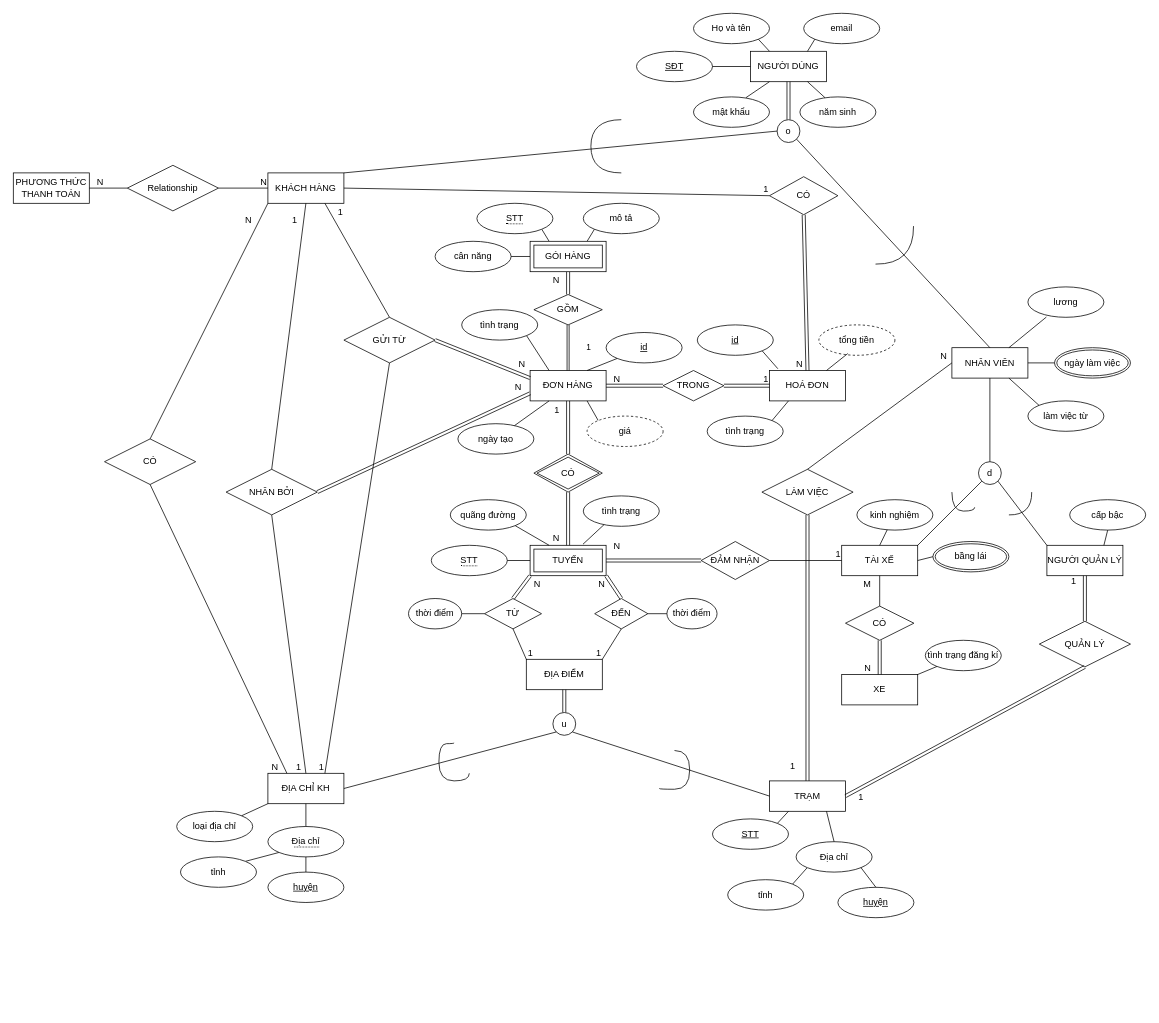
The draw.io diagram db-assignment.drawio in blueonline07/auth-demo, before the edit. Source tidied: cells renumbered, new cells numbered last; positions are measured from the earlier drawing's top-left corner, leaving out a move shared by most shapes. Both pictures are drawn from the tidied source at 76%, with x=0, y=0 at pixel (13, 13).
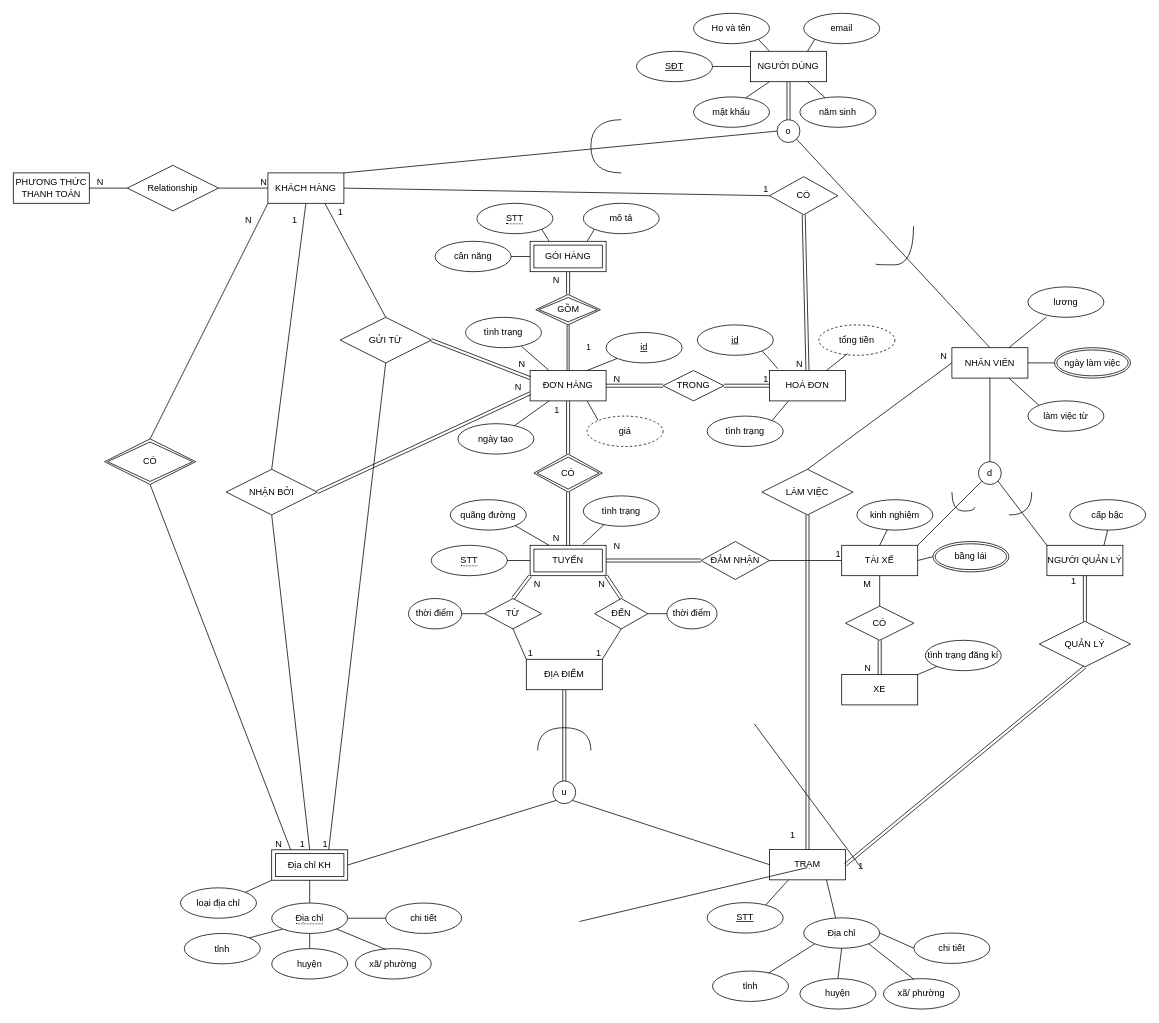
The same diagram, later.

Commit message:
Cập nhật db-assignment.drawio

Unchanged cells that the change refers to:
```xml
<mxCell id="3" value="KHÁCH HÀNG" style="whiteSpace=wrap;html=1;align=center;" parent="1" vertex="1">
  <mxGeometry x="335" y="210" width="100" height="40" as="geometry" />
</mxCell>
<mxCell id="7" value="ĐƠN HÀNG" style="whiteSpace=wrap;html=1;align=center;" parent="1" vertex="1">
  <mxGeometry x="680" y="470" width="100" height="40" as="geometry" />
</mxCell>
```

The edit, as a diff of the source:
```diff
@@
-    <mxCell id="10" value="ĐỊA CHỈ KH" style="whiteSpace=wrap;html=1;align=center;" parent="1" vertex="1">
-      <mxGeometry x="335" y="1000" width="100" height="40" as="geometry" />
-    </mxCell>
     <mxCell id="11" value="TRẠM" style="whiteSpace=wrap;html=1;align=center;" parent="1" vertex="1">
-      <mxGeometry x="995" y="1010" width="100" height="40" as="geometry" />
+      <mxGeometry x="995" y="1100.2" width="100" height="40" as="geometry" />
     </mxCell>
@@
-    <mxCell id="59" value="GỒM" style="shape=rhombus;perimeter=rhombusPerimeter;whiteSpace=wrap;html=1;align=center;" parent="1" vertex="1">
-      <mxGeometry x="685" y="370" width="90" height="40" as="geometry" />
-    </mxCell>
@@
     <mxCell id="72" value="u" style="ellipse;whiteSpace=wrap;html=1;" parent="1" vertex="1">
-      <mxGeometry x="710" y="920" width="30" height="30" as="geometry" />
+      <mxGeometry x="710" y="1010" width="30" height="30" as="geometry" />
     </mxCell>
-    <mxCell id="73" style="endArrow=none;html=1;rounded=0;entryX=0;entryY=1;entryDx=0;entryDy=0;exitX=1;exitY=0.5;exitDx=0;exitDy=0;" parent="1" edge="1" source="10" target="72">
+    <mxCell id="73" style="endArrow=none;html=1;rounded=0;entryX=0;entryY=1;entryDx=0;entryDy=0;exitX=1;exitY=0.5;exitDx=0;exitDy=0;" parent="1" edge="1" source="179" target="72">
       <mxGeometry relative="1" as="geometry" />
     </mxCell>
@@
     <mxCell id="90" value="loại địa chỉ" style="ellipse;whiteSpace=wrap;html=1;align=center;" parent="1" vertex="1">
-      <mxGeometry x="215" y="1050" width="100" height="40" as="geometry" />
+      <mxGeometry x="220" y="1150.7" width="100" height="40" as="geometry" />
     </mxCell>
@@
-    <mxCell id="93" style="endArrow=none;html=1;rounded=0;entryX=0;entryY=1;entryDx=0;entryDy=0;exitX=1;exitY=0;exitDx=0;exitDy=0;" parent="1" edge="1" source="90" target="10">
+    <mxCell id="93" style="endArrow=none;html=1;rounded=0;entryX=0;entryY=1;entryDx=0;entryDy=0;exitX=1;exitY=0;exitDx=0;exitDy=0;" parent="1" edge="1" source="90" target="179">
       <mxGeometry relative="1" as="geometry" />
     </mxCell>
@@
-    <mxCell id="118" value="GỬI TỪ" style="shape=rhombus;perimeter=rhombusPerimeter;whiteSpace=wrap;html=1;align=center;" parent="1" vertex="1">
-      <mxGeometry x="435" y="400" width="120" height="60" as="geometry" />
-    </mxCell>
-    <mxCell id="119" value="NHÂN BỞI" style="shape=rhombus;perimeter=rhombusPerimeter;whiteSpace=wrap;html=1;align=center;" parent="1" vertex="1">
-      <mxGeometry x="280" y="600" width="120" height="60" as="geometry" />
-    </mxCell>
@@
-    <mxCell id="124" style="endArrow=none;html=1;rounded=0;entryX=0.75;entryY=0;entryDx=0;entryDy=0;exitX=0.5;exitY=1;exitDx=0;exitDy=0;" parent="1" edge="1" source="118" target="10">
+    <mxCell id="124" style="endArrow=none;html=1;rounded=0;entryX=0.75;entryY=0;entryDx=0;entryDy=0;exitX=0.5;exitY=1;exitDx=0;exitDy=0;" parent="1" edge="1" source="118" target="179">
       <mxGeometry relative="1" as="geometry" />
     </mxCell>
@@
-    <mxCell id="126" style="endArrow=none;html=1;rounded=0;entryX=0.5;entryY=1;entryDx=0;entryDy=0;exitX=0.5;exitY=0;exitDx=0;exitDy=0;" parent="1" edge="1" source="119" target="3">
+    <mxCell id="126" style="endArrow=none;html=1;rounded=0;entryX=0.5;entryY=1;entryDx=0;entryDy=0;exitX=0.5;exitY=0;exitDx=0;exitDy=0;" parent="1" edge="1" source="193" target="3">
       <mxGeometry relative="1" as="geometry" />
     </mxCell>
@@
-    <mxCell id="128" style="endArrow=none;html=1;rounded=0;entryX=0.5;entryY=0;entryDx=0;entryDy=0;exitX=0.5;exitY=1;exitDx=0;exitDy=0;" parent="1" edge="1" source="119" target="10">
+    <mxCell id="128" style="endArrow=none;html=1;rounded=0;entryX=0.5;entryY=0;entryDx=0;entryDy=0;exitX=0.5;exitY=1;exitDx=0;exitDy=0;" parent="1" edge="1" source="193" target="179">
       <mxGeometry relative="1" as="geometry" />
     </mxCell>
@@
-    <mxCell id="130" style="shape=link;html=1;rounded=0;entryX=0;entryY=0.75;entryDx=0;entryDy=0;exitX=1;exitY=0.5;exitDx=0;exitDy=0;" parent="1" edge="1" source="119" target="7">
-      <mxGeometry relative="1" as="geometry" />
+    <mxCell id="130" style="shape=link;html=1;rounded=0;entryX=0;entryY=0.75;entryDx=0;entryDy=0;exitX=1;exitY=0.5;exitDx=0;exitDy=0;" parent="1" edge="1" target="7">
+      <mxGeometry relative="1" as="geometry">
+        <mxPoint x="400" y="630" as="sourcePoint" />
+      </mxGeometry>
     </mxCell>
@@
-    <mxCell id="132" value="CÓ" style="shape=rhombus;perimeter=rhombusPerimeter;whiteSpace=wrap;html=1;align=center;" parent="1" vertex="1">
-      <mxGeometry x="120" y="560" width="120" height="60" as="geometry" />
-    </mxCell>
-    <mxCell id="133" style="endArrow=none;html=1;rounded=0;entryX=0.25;entryY=0;entryDx=0;entryDy=0;exitX=0.5;exitY=1;exitDx=0;exitDy=0;" parent="1" edge="1" source="132" target="10">
+    <mxCell id="133" style="endArrow=none;html=1;rounded=0;entryX=0.25;entryY=0;entryDx=0;entryDy=0;exitX=0.5;exitY=1;exitDx=0;exitDy=0;" parent="1" edge="1" source="132" target="179">
       <mxGeometry relative="1" as="geometry" />
     </mxCell>
@@
-    <mxCell id="137" style="endArrow=none;html=1;rounded=0;edgeStyle=orthogonalEdgeStyle;curved=1;" parent="1" edge="1">
-      <mxGeometry relative="1" as="geometry">
-        <mxPoint x="580" y="960" as="sourcePoint" />
-        <mxPoint x="600" y="1000" as="targetPoint" />
-        <Array as="points">
-          <mxPoint x="560" y="961" />
-          <mxPoint x="560" y="1010" />
-        </Array>
-      </mxGeometry>
-    </mxCell>
@@
-    <mxCell id="139" style="endArrow=none;html=1;rounded=0;edgeStyle=orthogonalEdgeStyle;curved=1;" parent="1" edge="1">
-      <mxGeometry relative="1" as="geometry">
-        <mxPoint x="850" y="1020" as="sourcePoint" />
-        <mxPoint x="870" y="970" as="targetPoint" />
-        <Array as="points">
-          <mxPoint x="890" y="1021" />
-          <mxPoint x="890" y="970" />
-        </Array>
-      </mxGeometry>
-    </mxCell>
     <mxCell id="140" style="endArrow=none;html=1;rounded=0;edgeStyle=orthogonalEdgeStyle;curved=1;" parent="1" edge="1">
       <mxGeometry relative="1" as="geometry">
         <mxPoint x="1134.5" y="330" as="sourcePoint" />
         <mxPoint x="1184.5" y="280" as="targetPoint" />
+        <Array as="points">
+          <mxPoint x="1185" y="331" />
+        </Array>
       </mxGeometry>
     </mxCell>
@@
-    <mxCell id="158" value="huyện" style="ellipse;whiteSpace=wrap;html=1;align=center;fontStyle=4;" parent="1" vertex="1">
-      <mxGeometry x="335" y="1130" width="100" height="40" as="geometry" />
-    </mxCell>
-    <mxCell id="159" style="endArrow=none;html=1;rounded=0;entryX=0.5;entryY=0;entryDx=0;entryDy=0;exitX=0.5;exitY=1;exitDx=0;exitDy=0;" parent="1" edge="1" source="10" target="164">
+    <mxCell id="159" style="endArrow=none;html=1;rounded=0;entryX=0.5;entryY=0;entryDx=0;entryDy=0;exitX=0.5;exitY=1;exitDx=0;exitDy=0;" parent="1" edge="1" source="179" target="164">
       <mxGeometry relative="1" as="geometry" />
     </mxCell>
@@
     <mxCell id="161" value="tỉnh" style="ellipse;whiteSpace=wrap;html=1;align=center;" parent="1" vertex="1">
-      <mxGeometry x="220" y="1110" width="100" height="40" as="geometry" />
+      <mxGeometry x="225" y="1210.7" width="100" height="40" as="geometry" />
     </mxCell>
-    <mxCell id="162" value="STT" style="ellipse;whiteSpace=wrap;html=1;align=center;fontStyle=4;" parent="1" vertex="1">
-      <mxGeometry x="920" y="1060" width="100" height="40" as="geometry" />
-    </mxCell>
-    <mxCell id="163" style="endArrow=none;html=1;rounded=0;entryX=0.25;entryY=1;entryDx=0;entryDy=0;exitX=1;exitY=0;exitDx=0;exitDy=0;" parent="1" edge="1" source="162" target="11">
+    <mxCell id="163" style="endArrow=none;html=1;rounded=0;entryX=0.25;entryY=1;entryDx=0;entryDy=0;exitX=0.762;exitY=0.098;exitDx=0;exitDy=0;exitPerimeter=0;" parent="1" edge="1" source="162" target="11">
       <mxGeometry relative="1" as="geometry" />
     </mxCell>
     <mxCell id="164" value="&lt;span style=&quot;border-bottom: 1px dotted&quot;&gt;Địa chỉ&lt;/span&gt;" style="ellipse;whiteSpace=wrap;html=1;align=center;" parent="1" vertex="1">
-      <mxGeometry x="335" y="1070" width="100" height="40" as="geometry" />
+      <mxGeometry x="340" y="1170.7" width="100" height="40" as="geometry" />
     </mxCell>
-    <mxCell id="165" style="endArrow=none;html=1;rounded=0;entryX=0.5;entryY=0;entryDx=0;entryDy=0;exitX=0.5;exitY=1;exitDx=0;exitDy=0;" parent="1" edge="1" source="164" target="158">
+    <mxCell id="165" style="endArrow=none;html=1;rounded=0;entryX=0.5;entryY=0;entryDx=0;entryDy=0;exitX=0.5;exitY=1;exitDx=0;exitDy=0;" parent="1" edge="1" source="164" target="180">
       <mxGeometry relative="1" as="geometry" />
     </mxCell>
-    <mxCell id="166" value="huyện" style="ellipse;whiteSpace=wrap;html=1;align=center;fontStyle=4;" parent="1" vertex="1">
-      <mxGeometry x="1085" y="1150" width="100" height="40" as="geometry" />
-    </mxCell>
-    <mxCell id="167" style="endArrow=none;html=1;rounded=0;entryX=0;entryY=1;entryDx=0;entryDy=0;exitX=1;exitY=0;exitDx=0;exitDy=0;" parent="1" edge="1" source="168" target="169">
-      <mxGeometry relative="1" as="geometry" />
+    <mxCell id="167" style="endArrow=none;html=1;rounded=0;entryX=0;entryY=1;entryDx=0;entryDy=0;exitX=1;exitY=0;exitDx=0;exitDy=0;" parent="1" edge="1">
+      <mxGeometry relative="1" as="geometry">
+        <mxPoint x="745" y="1195" as="sourcePoint" />
+        <mxPoint x="1044.6" y="1124.1" as="targetPoint" />
+      </mxGeometry>
     </mxCell>
-    <mxCell id="168" value="tỉnh" style="ellipse;whiteSpace=wrap;html=1;align=center;" parent="1" vertex="1">
-      <mxGeometry x="940" y="1140" width="100" height="40" as="geometry" />
-    </mxCell>
-    <mxCell id="169" value="Địa chỉ" style="ellipse;whiteSpace=wrap;html=1;align=center;" parent="1" vertex="1">
-      <mxGeometry x="1030" y="1090" width="100" height="40" as="geometry" />
-    </mxCell>
-    <mxCell id="170" style="endArrow=none;html=1;rounded=0;entryX=0.5;entryY=0;entryDx=0;entryDy=0;exitX=1;exitY=1;exitDx=0;exitDy=0;" parent="1" edge="1" source="169" target="166">
-      <mxGeometry relative="1" as="geometry" />
+    <mxCell id="170" style="endArrow=none;html=1;rounded=0;entryX=0.5;entryY=0;entryDx=0;entryDy=0;exitX=1;exitY=1;exitDx=0;exitDy=0;" parent="1" edge="1">
+      <mxGeometry relative="1" as="geometry">
+        <mxPoint x="1115.4" y="1124.1" as="sourcePoint" />
+        <mxPoint x="975" y="935" as="targetPoint" />
+      </mxGeometry>
     </mxCell>
-    <mxCell id="171" style="endArrow=none;html=1;rounded=0;entryX=0.75;entryY=1;entryDx=0;entryDy=0;exitX=0.5;exitY=0;exitDx=0;exitDy=0;" parent="1" edge="1" source="169" target="11">
+    <mxCell id="171" style="endArrow=none;html=1;rounded=0;entryX=0.75;entryY=1;entryDx=0;entryDy=0;exitX=0.425;exitY=0.056;exitDx=0;exitDy=0;exitPerimeter=0;" parent="1" edge="1" source="169" target="11">
       <mxGeometry relative="1" as="geometry" />
     </mxCell>
@@
     <mxCell id="174" value="tình trạng" style="ellipse;whiteSpace=wrap;html=1;align=center;" parent="1" vertex="1">
-      <mxGeometry x="590" y="390" width="100" height="40" as="geometry" />
+      <mxGeometry x="595" y="400" width="100" height="40" as="geometry" />
     </mxCell>
-    <mxCell id="175" style="endArrow=none;html=1;rounded=0;entryX=1;entryY=1;entryDx=0;entryDy=0;exitX=0.25;exitY=0;exitDx=0;exitDy=0;" parent="1" edge="1" source="7" target="174">
+    <mxCell id="175" style="endArrow=none;html=1;rounded=0;entryX=0.738;entryY=0.962;entryDx=0;entryDy=0;exitX=0.25;exitY=0;exitDx=0;exitDy=0;entryPerimeter=0;" parent="1" edge="1" source="7" target="174">
       <mxGeometry relative="1" as="geometry" />
     </mxCell>
@@
+    <mxCell id="162" value="&lt;u&gt;STT&lt;/u&gt;" style="ellipse;whiteSpace=wrap;html=1;align=center;" parent="1" vertex="1">
+      <mxGeometry x="913" y="1170.2" width="100" height="40" as="geometry" />
+    </mxCell>
+    <mxCell id="179" value="Địa chỉ KH" style="shape=ext;margin=3;double=1;whiteSpace=wrap;html=1;align=center;" parent="1" vertex="1">
+      <mxGeometry x="340" y="1100.7" width="100" height="40" as="geometry" />
+    </mxCell>
+    <mxCell id="59" value="GỒM" style="shape=rhombus;double=1;perimeter=rhombusPerimeter;whiteSpace=wrap;html=1;align=center;" parent="1" vertex="1">
+      <mxGeometry x="687.5" y="370" width="85" height="40" as="geometry" />
+    </mxCell>
+    <mxCell id="180" value="huyện" style="ellipse;whiteSpace=wrap;html=1;align=center;" parent="1" vertex="1">
+      <mxGeometry x="340" y="1230.7" width="100" height="40" as="geometry" />
+    </mxCell>
+    <mxCell id="181" value="xã/ phường" style="ellipse;whiteSpace=wrap;html=1;align=center;" parent="1" vertex="1">
+      <mxGeometry x="450" y="1230.7" width="100" height="40" as="geometry" />
+    </mxCell>
+    <mxCell id="182" style="endArrow=none;html=1;rounded=0;entryX=0.4;entryY=0.025;entryDx=0;entryDy=0;entryPerimeter=0;exitX=1;exitY=1;exitDx=0;exitDy=0;" parent="1" edge="1" source="164" target="181">
+      <mxGeometry relative="1" as="geometry" />
+    </mxCell>
+    <mxCell id="183" value="chi tiết" style="ellipse;whiteSpace=wrap;html=1;align=center;" parent="1" vertex="1">
+      <mxGeometry x="490" y="1170.7" width="100" height="40" as="geometry" />
+    </mxCell>
+    <mxCell id="184" style="endArrow=none;html=1;rounded=0;entryX=0;entryY=0.5;entryDx=0;entryDy=0;exitX=1;exitY=0.5;exitDx=0;exitDy=0;" parent="1" edge="1" source="164" target="183">
+      <mxGeometry relative="1" as="geometry" />
+    </mxCell>
+    <mxCell id="185" style="endArrow=none;html=1;rounded=0;entryX=0;entryY=1;entryDx=0;entryDy=0;exitX=0.725;exitY=0.087;exitDx=0;exitDy=0;exitPerimeter=0;" parent="1" edge="1" source="168" target="169">
+      <mxGeometry relative="1" as="geometry" />
+    </mxCell>
+    <mxCell id="169" value="Địa chỉ" style="ellipse;whiteSpace=wrap;html=1;align=center;" parent="1" vertex="1">
+      <mxGeometry x="1040" y="1190.2" width="100" height="40" as="geometry" />
+    </mxCell>
+    <mxCell id="186" style="endArrow=none;html=1;rounded=0;entryX=0.5;entryY=0;entryDx=0;entryDy=0;exitX=0.5;exitY=1;exitDx=0;exitDy=0;" parent="1" edge="1" source="169" target="187">
+      <mxGeometry relative="1" as="geometry" />
+    </mxCell>
+    <mxCell id="187" value="huyện" style="ellipse;whiteSpace=wrap;html=1;align=center;" parent="1" vertex="1">
+      <mxGeometry x="1035" y="1270.2" width="100" height="40" as="geometry" />
+    </mxCell>
+    <mxCell id="188" value="xã/ phường" style="ellipse;whiteSpace=wrap;html=1;align=center;" parent="1" vertex="1">
+      <mxGeometry x="1145" y="1270.2" width="100" height="40" as="geometry" />
+    </mxCell>
+    <mxCell id="189" style="endArrow=none;html=1;rounded=0;entryX=0.4;entryY=0.025;entryDx=0;entryDy=0;entryPerimeter=0;exitX=1;exitY=1;exitDx=0;exitDy=0;" parent="1" edge="1" source="169" target="188">
+      <mxGeometry relative="1" as="geometry" />
+    </mxCell>
+    <mxCell id="190" value="chi tiết" style="ellipse;whiteSpace=wrap;html=1;align=center;" parent="1" vertex="1">
+      <mxGeometry x="1185" y="1210.2" width="100" height="40" as="geometry" />
+    </mxCell>
+    <mxCell id="191" style="endArrow=none;html=1;rounded=0;entryX=0;entryY=0.5;entryDx=0;entryDy=0;exitX=1;exitY=0.5;exitDx=0;exitDy=0;" parent="1" edge="1" source="169" target="190">
+      <mxGeometry relative="1" as="geometry" />
+    </mxCell>
+    <mxCell id="168" value="tỉnh" style="ellipse;whiteSpace=wrap;html=1;align=center;" parent="1" vertex="1">
+      <mxGeometry x="920" y="1260.2" width="100" height="40" as="geometry" />
+    </mxCell>
+    <mxCell id="192" style="endArrow=none;html=1;rounded=0;edgeStyle=orthogonalEdgeStyle;curved=1;" parent="1" edge="1">
+      <mxGeometry relative="1" as="geometry">
+        <mxPoint x="690" y="970" as="sourcePoint" />
+        <mxPoint x="760" y="970" as="targetPoint" />
+        <Array as="points">
+          <mxPoint x="689.5" y="940" />
+          <mxPoint x="759.5" y="940" />
+        </Array>
+      </mxGeometry>
+    </mxCell>
+    <mxCell id="193" value="NHẬN BỞI" style="shape=rhombus;perimeter=rhombusPerimeter;whiteSpace=wrap;html=1;align=center;" parent="1" vertex="1">
+      <mxGeometry x="280" y="600" width="120" height="60" as="geometry" />
+    </mxCell>
+    <mxCell id="118" value="GỬI TỪ" style="shape=rhombus;perimeter=rhombusPerimeter;whiteSpace=wrap;html=1;align=center;" parent="1" vertex="1">
+      <mxGeometry x="430" y="400" width="120" height="60" as="geometry" />
+    </mxCell>
+    <mxCell id="132" value="CÓ" style="shape=rhombus;double=1;perimeter=rhombusPerimeter;whiteSpace=wrap;html=1;align=center;" parent="1" vertex="1">
+      <mxGeometry x="120" y="560" width="120" height="60" as="geometry" />
+    </mxCell>
```
